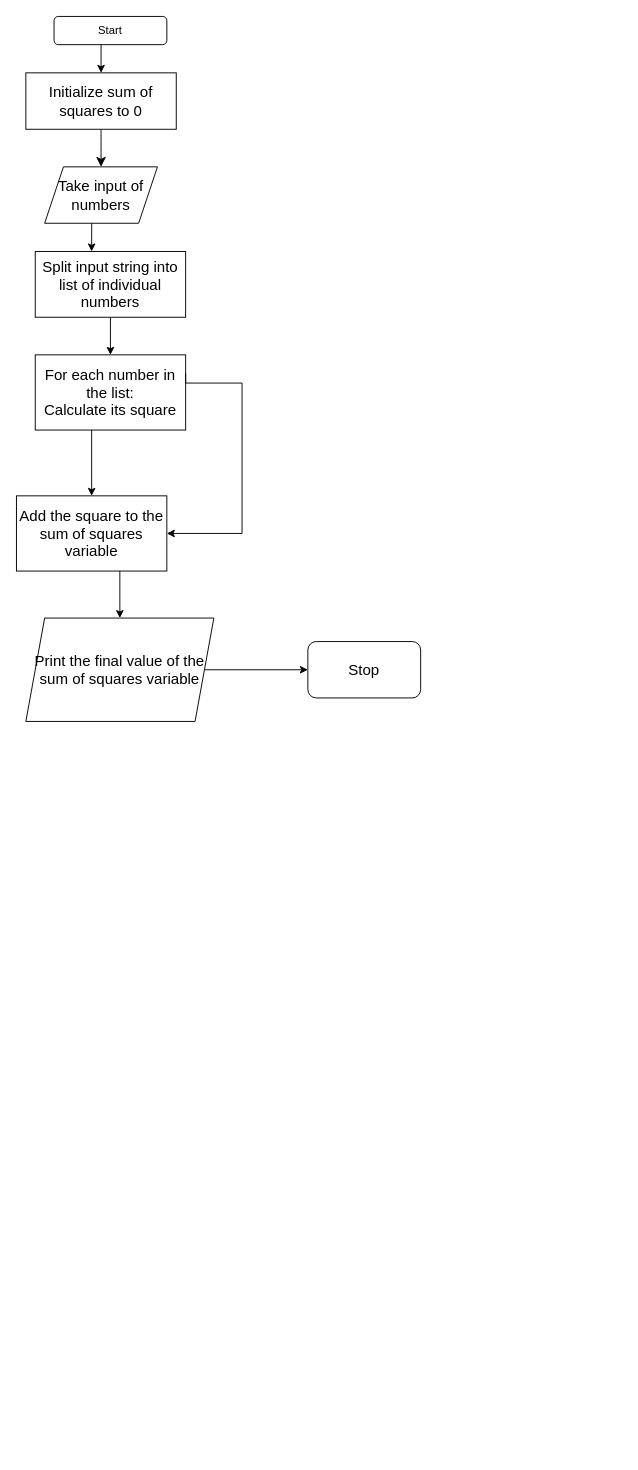
Before: Untitled Diagram.drawio in Odupoi/alx_practice-exercises-, a draw.io diagram. Source tidied: cells renumbered, new cells numbered last; positions are measured from the earlier drawing's top-left corner, leaving out a move shared by most shapes. Both pictures are drawn from the tidied source at 94%, with x=0, y=0 at pixel (16, 16).
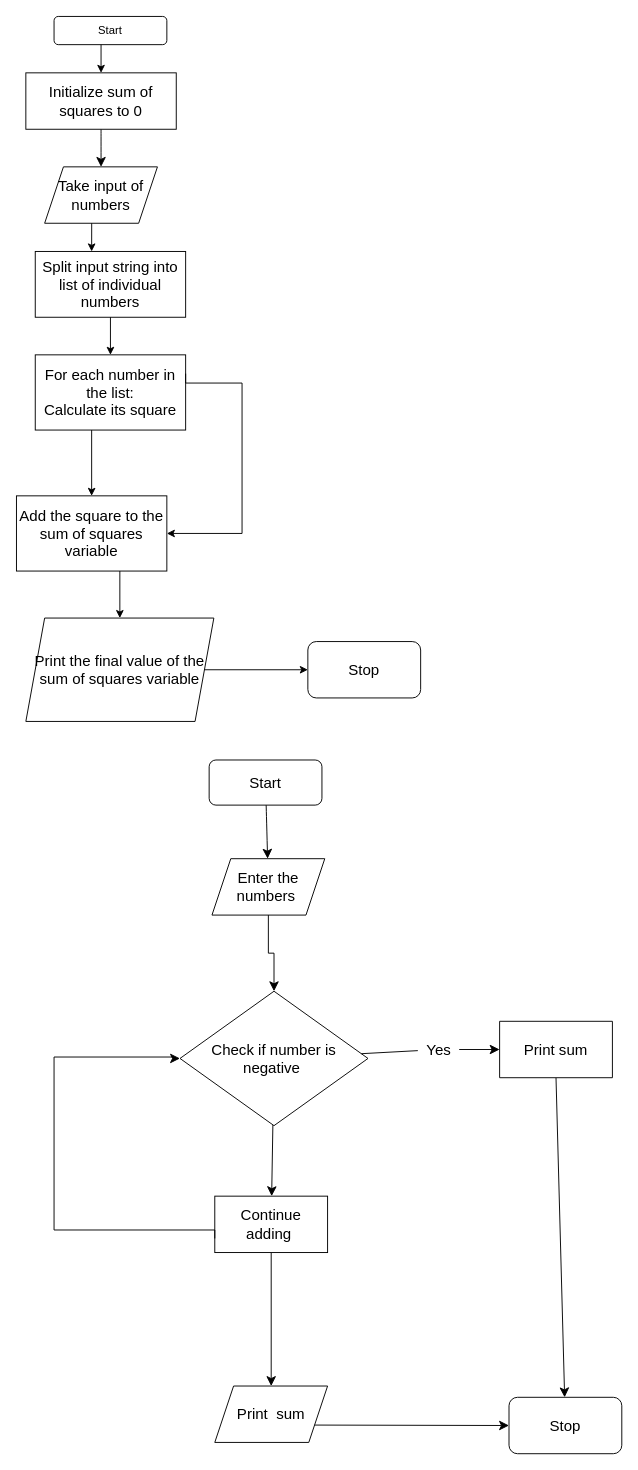
The same diagram, later.

What changed in the source:
```diff
@@
+    <mxCell id="20" style="edgeStyle=none;curved=1;rounded=0;jettySize=auto;html=1;fontSize=12;startSize=8;endSize=8;" parent="1" edge="1" source="21" target="23">
+      <mxGeometry relative="1" as="geometry" />
+    </mxCell>
+    <mxCell id="21" value="Start" style="rounded=1;whiteSpace=wrap;html=1;fontSize=16;" parent="1" vertex="1">
+      <mxGeometry x="205" y="791" width="120" height="48" as="geometry" />
+    </mxCell>
+    <mxCell id="22" style="edgeStyle=orthogonalEdgeStyle;rounded=0;jettySize=auto;html=1;fontSize=12;startSize=8;endSize=8;" parent="1" edge="1" source="23" target="26">
+      <mxGeometry relative="1" as="geometry" />
+    </mxCell>
+    <mxCell id="23" value="Enter the numbers&amp;nbsp;" style="shape=parallelogram;perimeter=parallelogramPerimeter;whiteSpace=wrap;html=1;fixedSize=1;fontSize=16;" parent="1" vertex="1">
+      <mxGeometry x="208" y="896" width="120" height="60" as="geometry" />
+    </mxCell>
+    <mxCell id="24" style="edgeStyle=none;rounded=0;jettySize=auto;html=1;fontSize=12;startSize=8;endSize=8;startArrow=none;" parent="1" edge="1" source="33" target="31">
+      <mxGeometry relative="1" as="geometry" />
+    </mxCell>
+    <mxCell id="25" style="edgeStyle=none;rounded=0;jettySize=auto;html=1;fontSize=12;startSize=8;endSize=8;" parent="1" edge="1" source="26" target="30">
+      <mxGeometry relative="1" as="geometry" />
+    </mxCell>
+    <mxCell id="26" value="Check if number is negative&amp;nbsp;" style="rhombus;whiteSpace=wrap;html=1;fontSize=16;" parent="1" vertex="1">
+      <mxGeometry x="174" y="1037" width="200" height="143" as="geometry" />
+    </mxCell>
+    <mxCell id="27" style="edgeStyle=none;rounded=0;jettySize=auto;html=1;fontSize=12;startSize=8;endSize=8;exitX=0.5;exitY=1;exitDx=0;exitDy=0;" parent="1" edge="1" source="31" target="28">
+      <mxGeometry relative="1" as="geometry" />
+    </mxCell>
+    <mxCell id="28" value="Stop" style="rounded=1;whiteSpace=wrap;html=1;fontSize=16;" parent="1" vertex="1">
+      <mxGeometry x="524" y="1469" width="120" height="60" as="geometry" />
+    </mxCell>
+    <mxCell id="29" style="edgeStyle=orthogonalEdgeStyle;rounded=0;jettySize=auto;html=1;fontSize=12;startSize=8;endSize=8;" parent="1" edge="1" source="30" target="35">
+      <mxGeometry relative="1" as="geometry" />
+    </mxCell>
+    <mxCell id="30" value="Continue adding&amp;nbsp;" style="whiteSpace=wrap;html=1;fontSize=16;" parent="1" vertex="1">
+      <mxGeometry x="211" y="1255" width="120" height="60" as="geometry" />
+    </mxCell>
+    <mxCell id="31" value="Print sum" style="shape=parallelogram;perimeter=parallelogramPerimeter;whiteSpace=wrap;html=1;fixedSize=1;fontSize=16;size=-1.7465438842773438;" parent="1" vertex="1">
+      <mxGeometry x="514" y="1069" width="120" height="60" as="geometry" />
+    </mxCell>
+    <mxCell id="32" style="edgeStyle=none;rounded=0;jettySize=auto;html=1;fontSize=12;startSize=8;endSize=8;endArrow=none;" parent="1" edge="1" source="26" target="33">
+      <mxGeometry relative="1" as="geometry" />
+    </mxCell>
+    <mxCell id="33" value="Yes" style="text;html=1;align=center;verticalAlign=middle;points=[];strokeColor=none;fillColor=none;fontSize=16;" parent="1" vertex="1">
+      <mxGeometry x="427" y="1083.5" width="44" height="31" as="geometry" />
+    </mxCell>
+    <mxCell id="34" style="edgeStyle=orthogonalEdgeStyle;jettySize=auto;html=1;rounded=0;fontSize=12;startSize=8;endSize=8;exitX=0;exitY=0.75;exitDx=0;exitDy=0;entryX=0;entryY=0.5;entryDx=0;entryDy=0;" parent="1" edge="1" source="30" target="26">
+      <mxGeometry relative="1" as="geometry">
+        <Array as="points">
+          <mxPoint x="211" y="1291" />
+          <mxPoint x="40" y="1291" />
+          <mxPoint x="40" y="1107" />
+          <mxPoint x="168" y="1107" />
+        </Array>
+      </mxGeometry>
+    </mxCell>
+    <mxCell id="35" value="Print&amp;nbsp; sum" style="shape=parallelogram;perimeter=parallelogramPerimeter;whiteSpace=wrap;html=1;fixedSize=1;fontSize=16;" parent="1" vertex="1">
+      <mxGeometry x="211" y="1457" width="120" height="60" as="geometry" />
+    </mxCell>
+    <mxCell id="36" style="jettySize=auto;html=1;rounded=0;fontSize=12;startSize=8;endSize=8;entryX=0;entryY=0.5;entryDx=0;entryDy=0;exitX=1;exitY=0.75;exitDx=0;exitDy=0;" parent="1" edge="1" source="35" target="28">
+      <mxGeometry relative="1" as="geometry" />
+    </mxCell>
```
